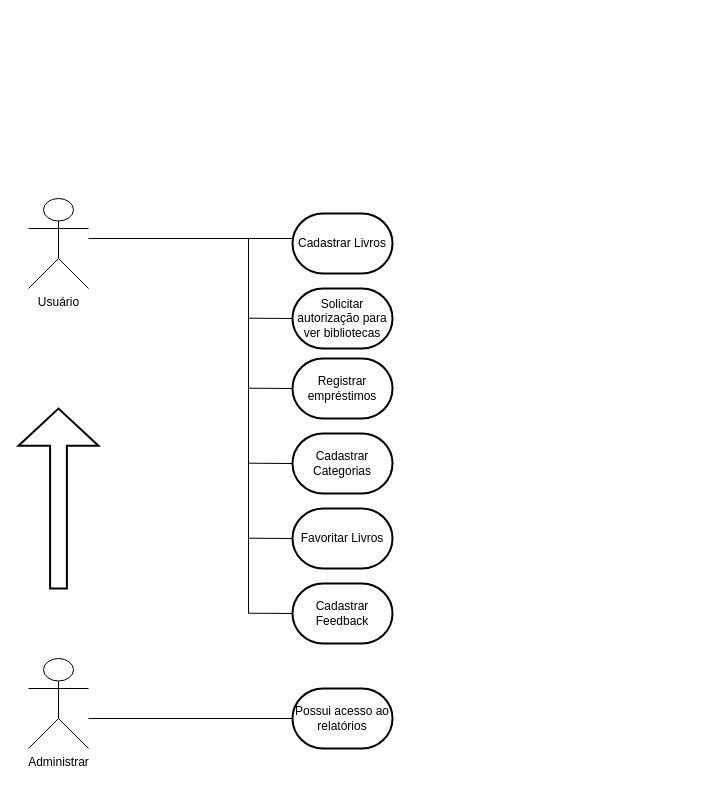
ArianeJunkes/pi_modelo1 keeps this draw.io diagram as Diagrama sem nome.drawio. Above is the earlier version. Source tidied: cells renumbered, new cells numbered last; positions are measured from the earlier drawing's top-left corner, leaving out a move shared by most shapes. Both pictures are drawn from the tidied source at 100%, with x=0, y=0 at pixel (-32, 198).
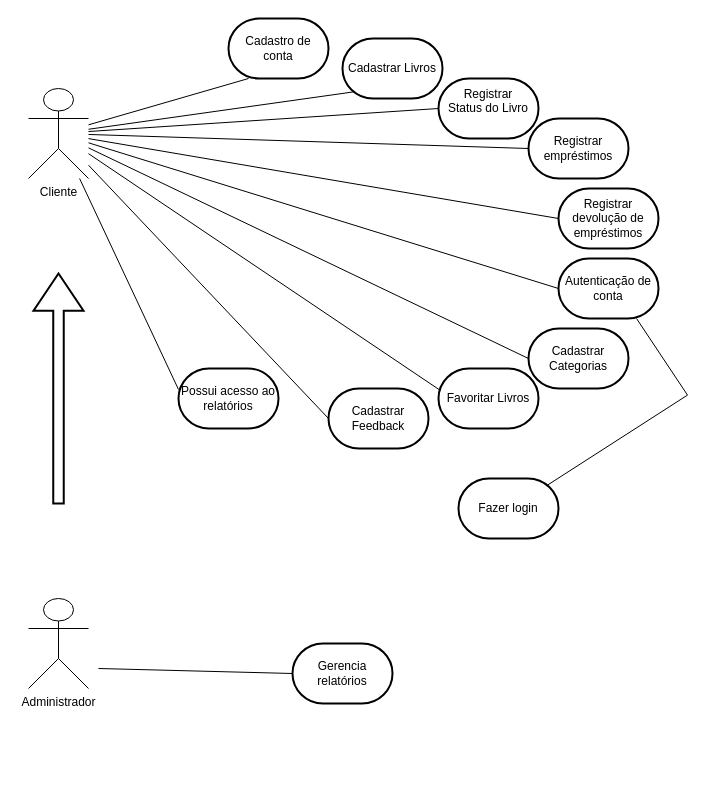
Above is the later version.

Change to the diagram source:
```diff
@@
-    <mxCell id="2" value="Usuário" style="shape=umlActor;verticalLabelPosition=bottom;verticalAlign=top;html=1;outlineConnect=0;" parent="1" vertex="1">
-      <mxGeometry x="60" width="60" height="90" as="geometry" />
+    <mxCell id="2" value="&lt;div&gt;Cliente&lt;/div&gt;&lt;div&gt;&lt;br&gt;&lt;/div&gt;" style="shape=umlActor;verticalLabelPosition=bottom;verticalAlign=top;html=1;outlineConnect=0;" parent="1" vertex="1">
+      <mxGeometry x="60" y="-110" width="60" height="90" as="geometry" />
     </mxCell>
     <mxCell id="3" value="Cadastrar Livros" style="strokeWidth=2;html=1;shape=mxgraph.flowchart.terminator;whiteSpace=wrap;" parent="1" vertex="1">
-      <mxGeometry x="324" y="15" width="100" height="60" as="geometry" />
+      <mxGeometry x="374" y="-160" width="100" height="60" as="geometry" />
     </mxCell>
-    <mxCell id="4" style="endArrow=none;html=1;rounded=0;entryX=0;entryY=0.5;entryDx=0;entryDy=0;entryPerimeter=0;" parent="1" edge="1">
-      <mxGeometry relative="1" as="geometry">
-        <mxPoint x="120" y="40" as="sourcePoint" />
-        <mxPoint x="324" y="40" as="targetPoint" />
-      </mxGeometry>
+    <mxCell id="4" style="endArrow=none;html=1;rounded=0;entryX=0.11;entryY=0.89;entryDx=0;entryDy=0;entryPerimeter=0;" parent="1" edge="1" source="2" target="3">
+      <mxGeometry relative="1" as="geometry" />
     </mxCell>
-    <mxCell id="5" value="Solicitar autorização para ver bibliotecas" style="strokeWidth=2;html=1;shape=mxgraph.flowchart.terminator;whiteSpace=wrap;" parent="1" vertex="1">
-      <mxGeometry x="324" y="90" width="100" height="60" as="geometry" />
+    <mxCell id="5" value="&lt;div&gt;Registrar &lt;br&gt;&lt;/div&gt;&lt;div&gt;Status do Livro&lt;/div&gt;&lt;div&gt;&lt;br&gt;&lt;/div&gt;" style="strokeWidth=2;html=1;shape=mxgraph.flowchart.terminator;whiteSpace=wrap;" parent="1" vertex="1">
+      <mxGeometry x="470" y="-120" width="100" height="60" as="geometry" />
     </mxCell>
-    <mxCell id="6" style="endArrow=none;html=1;rounded=0;" parent="1" edge="1">
-      <mxGeometry relative="1" as="geometry">
-        <mxPoint x="280" y="120" as="sourcePoint" />
-        <mxPoint x="280" y="40" as="targetPoint" />
-      </mxGeometry>
-    </mxCell>
-    <mxCell id="7" style="endArrow=none;html=1;rounded=0;entryX=0;entryY=0.5;entryDx=0;entryDy=0;entryPerimeter=0;" parent="1" edge="1" target="5">
-      <mxGeometry relative="1" as="geometry">
-        <mxPoint x="280" y="119.7" as="sourcePoint" />
-      </mxGeometry>
+    <mxCell id="7" style="endArrow=none;html=1;rounded=0;entryX=0;entryY=0.5;entryDx=0;entryDy=0;entryPerimeter=0;" parent="1" edge="1" source="2" target="5">
+      <mxGeometry relative="1" as="geometry" />
     </mxCell>
     <mxCell id="8" value="Registrar empréstimos" style="strokeWidth=2;html=1;shape=mxgraph.flowchart.terminator;whiteSpace=wrap;" parent="1" vertex="1">
-      <mxGeometry x="324" y="160" width="100" height="60" as="geometry" />
+      <mxGeometry x="560" y="-80" width="100" height="60" as="geometry" />
     </mxCell>
     <mxCell id="9" value="Cadastrar Categorias" style="strokeWidth=2;html=1;shape=mxgraph.flowchart.terminator;whiteSpace=wrap;" parent="1" vertex="1">
-      <mxGeometry x="324" y="235" width="100" height="60" as="geometry" />
+      <mxGeometry x="560" y="130" width="100" height="60" as="geometry" />
     </mxCell>
-    <mxCell id="10" style="endArrow=none;html=1;rounded=0;" parent="1" edge="1">
-      <mxGeometry relative="1" as="geometry">
-        <mxPoint x="280" y="265" as="sourcePoint" />
-        <mxPoint x="280" y="110" as="targetPoint" />
-      </mxGeometry>
-    </mxCell>
-    <mxCell id="11" style="endArrow=none;html=1;rounded=0;entryX=0;entryY=0.5;entryDx=0;entryDy=0;entryPerimeter=0;" parent="1" edge="1" target="9">
-      <mxGeometry relative="1" as="geometry">
-        <mxPoint x="280" y="264.7" as="sourcePoint" />
-      </mxGeometry>
+    <mxCell id="11" style="endArrow=none;html=1;rounded=0;entryX=0;entryY=0.5;entryDx=0;entryDy=0;entryPerimeter=0;" parent="1" edge="1" source="2" target="9">
+      <mxGeometry relative="1" as="geometry" />
     </mxCell>
-    <mxCell id="12" style="endArrow=none;html=1;rounded=0;entryX=0;entryY=0.5;entryDx=0;entryDy=0;entryPerimeter=0;" parent="1" edge="1">
-      <mxGeometry relative="1" as="geometry">
-        <mxPoint x="280" y="189.7" as="sourcePoint" />
-        <mxPoint x="324" y="190" as="targetPoint" />
-      </mxGeometry>
+    <mxCell id="12" style="endArrow=none;html=1;rounded=0;entryX=0;entryY=0.5;entryDx=0;entryDy=0;entryPerimeter=0;" parent="1" edge="1" source="2" target="8">
+      <mxGeometry relative="1" as="geometry" />
     </mxCell>
     <mxCell id="13" value="Favoritar Livros" style="strokeWidth=2;html=1;shape=mxgraph.flowchart.terminator;whiteSpace=wrap;" parent="1" vertex="1">
-      <mxGeometry x="324" y="310" width="100" height="60" as="geometry" />
+      <mxGeometry x="470" y="170" width="100" height="60" as="geometry" />
     </mxCell>
     <mxCell id="14" value="Cadastrar Feedback" style="strokeWidth=2;html=1;shape=mxgraph.flowchart.terminator;whiteSpace=wrap;" parent="1" vertex="1">
-      <mxGeometry x="324" y="385" width="100" height="60" as="geometry" />
+      <mxGeometry x="360" y="190" width="100" height="60" as="geometry" />
     </mxCell>
-    <mxCell id="15" style="endArrow=none;html=1;rounded=0;" parent="1" edge="1">
-      <mxGeometry relative="1" as="geometry">
-        <mxPoint x="280" y="415" as="sourcePoint" />
-        <mxPoint x="280" y="260" as="targetPoint" />
-      </mxGeometry>
-    </mxCell>
-    <mxCell id="16" style="endArrow=none;html=1;rounded=0;entryX=0;entryY=0.5;entryDx=0;entryDy=0;entryPerimeter=0;" parent="1" edge="1" target="14">
-      <mxGeometry relative="1" as="geometry">
-        <mxPoint x="280" y="414.7" as="sourcePoint" />
-      </mxGeometry>
+    <mxCell id="16" style="endArrow=none;html=1;rounded=0;entryX=0;entryY=0.5;entryDx=0;entryDy=0;entryPerimeter=0;" parent="1" edge="1" source="2" target="14">
+      <mxGeometry relative="1" as="geometry" />
     </mxCell>
-    <mxCell id="17" style="endArrow=none;html=1;rounded=0;entryX=0;entryY=0.5;entryDx=0;entryDy=0;entryPerimeter=0;" parent="1" edge="1">
-      <mxGeometry relative="1" as="geometry">
-        <mxPoint x="280" y="339.7" as="sourcePoint" />
-        <mxPoint x="324" y="340" as="targetPoint" />
-      </mxGeometry>
+    <mxCell id="17" style="endArrow=none;html=1;rounded=0;entryX=0.02;entryY=0.367;entryDx=0;entryDy=0;entryPerimeter=0;" parent="1" edge="1" source="2" target="13">
+      <mxGeometry relative="1" as="geometry" />
     </mxCell>
-    <mxCell id="18" value="Administrar " style="shape=umlActor;verticalLabelPosition=bottom;verticalAlign=top;html=1;" parent="1" vertex="1">
-      <mxGeometry x="60" y="460" width="60" height="90" as="geometry" />
+    <mxCell id="18" value="&lt;div&gt;Administrador&lt;/div&gt;&lt;div&gt;&lt;br&gt;&lt;/div&gt;" style="shape=umlActor;verticalLabelPosition=bottom;verticalAlign=top;html=1;" parent="1" vertex="1">
+      <mxGeometry x="60" y="400" width="60" height="90" as="geometry" />
     </mxCell>
-    <mxCell id="19" style="endArrow=none;html=1;rounded=0;entryX=0;entryY=0.5;entryDx=0;entryDy=0;entryPerimeter=0;" parent="1" edge="1">
-      <mxGeometry relative="1" as="geometry">
-        <mxPoint x="120" y="520" as="sourcePoint" />
-        <mxPoint x="324" y="520" as="targetPoint" />
-      </mxGeometry>
+    <mxCell id="19" style="endArrow=none;html=1;rounded=0;entryX=0;entryY=0.35;entryDx=0;entryDy=0;entryPerimeter=0;" parent="1" edge="1" source="2" target="20">
+      <mxGeometry relative="1" as="geometry" />
     </mxCell>
     <mxCell id="20" value="Possui acesso ao relatórios" style="strokeWidth=2;html=1;shape=mxgraph.flowchart.terminator;whiteSpace=wrap;" parent="1" vertex="1">
-      <mxGeometry x="324" y="490" width="100" height="60" as="geometry" />
+      <mxGeometry x="210" y="170" width="100" height="60" as="geometry" />
     </mxCell>
     <mxCell id="21" style="verticalLabelPosition=bottom;verticalAlign=top;html=1;strokeWidth=2;shape=mxgraph.arrows2.arrow;dy=0.79;dx=37.17;notch=0;rotation=-90;" parent="1" vertex="1">
-      <mxGeometry y="260" width="180" height="80" as="geometry" />
+      <mxGeometry x="-25" y="165" width="230" height="50" as="geometry" />
     </mxCell>
+    <mxCell id="22" value="Gerencia relatórios" style="strokeWidth=2;html=1;shape=mxgraph.flowchart.terminator;whiteSpace=wrap;" parent="1" vertex="1">
+      <mxGeometry x="324" y="445" width="100" height="60" as="geometry" />
+    </mxCell>
+    <mxCell id="23" style="endArrow=none;html=1;rounded=0;entryX=0;entryY=0.5;entryDx=0;entryDy=0;entryPerimeter=0;" parent="1" edge="1" target="22">
+      <mxGeometry relative="1" as="geometry">
+        <mxPoint x="130" y="470" as="sourcePoint" />
+      </mxGeometry>
+    </mxCell>
+    <mxCell id="24" value="Cadastro de conta" style="strokeWidth=2;html=1;shape=mxgraph.flowchart.terminator;whiteSpace=wrap;" parent="1" vertex="1">
+      <mxGeometry x="260" y="-180" width="100" height="60" as="geometry" />
+    </mxCell>
+    <mxCell id="25" style="endArrow=none;html=1;rounded=0;" parent="1" edge="1" source="2">
+      <mxGeometry relative="1" as="geometry">
+        <mxPoint x="280" y="-120" as="targetPoint" />
+      </mxGeometry>
+    </mxCell>
+    <mxCell id="26" value="Registrar devolução de empréstimos" style="strokeWidth=2;html=1;shape=mxgraph.flowchart.terminator;whiteSpace=wrap;" parent="1" vertex="1">
+      <mxGeometry x="590" y="-10" width="100" height="60" as="geometry" />
+    </mxCell>
+    <mxCell id="27" value="Autenticação de conta" style="strokeWidth=2;html=1;shape=mxgraph.flowchart.terminator;whiteSpace=wrap;" parent="1" vertex="1">
+      <mxGeometry x="590" y="60" width="100" height="60" as="geometry" />
+    </mxCell>
+    <mxCell id="28" style="endArrow=none;html=1;rounded=0;entryX=0;entryY=0.5;entryDx=0;entryDy=0;entryPerimeter=0;" parent="1" edge="1" source="2" target="26">
+      <mxGeometry relative="1" as="geometry" />
+    </mxCell>
+    <mxCell id="29" style="endArrow=none;html=1;rounded=0;entryX=0;entryY=0.5;entryDx=0;entryDy=0;entryPerimeter=0;" parent="1" edge="1" source="2" target="27">
+      <mxGeometry relative="1" as="geometry" />
+    </mxCell>
+    <mxCell id="30" style="endArrow=none;html=1;rounded=0;entryX=0.89;entryY=0.89;entryDx=0;entryDy=0;entryPerimeter=0;exitX=0.89;exitY=0.11;exitDx=0;exitDy=0;exitPerimeter=0;" parent="1" edge="1" source="31">
+      <mxGeometry relative="1" as="geometry">
+        <mxPoint x="668" y="120" as="targetPoint" />
+        <Array as="points">
+          <mxPoint x="719" y="196.6" />
+        </Array>
+      </mxGeometry>
+    </mxCell>
+    <mxCell id="31" value="Fazer login" style="strokeWidth=2;html=1;shape=mxgraph.flowchart.terminator;whiteSpace=wrap;" parent="1" vertex="1">
+      <mxGeometry x="490" y="280" width="100" height="60" as="geometry" />
+    </mxCell>
```
